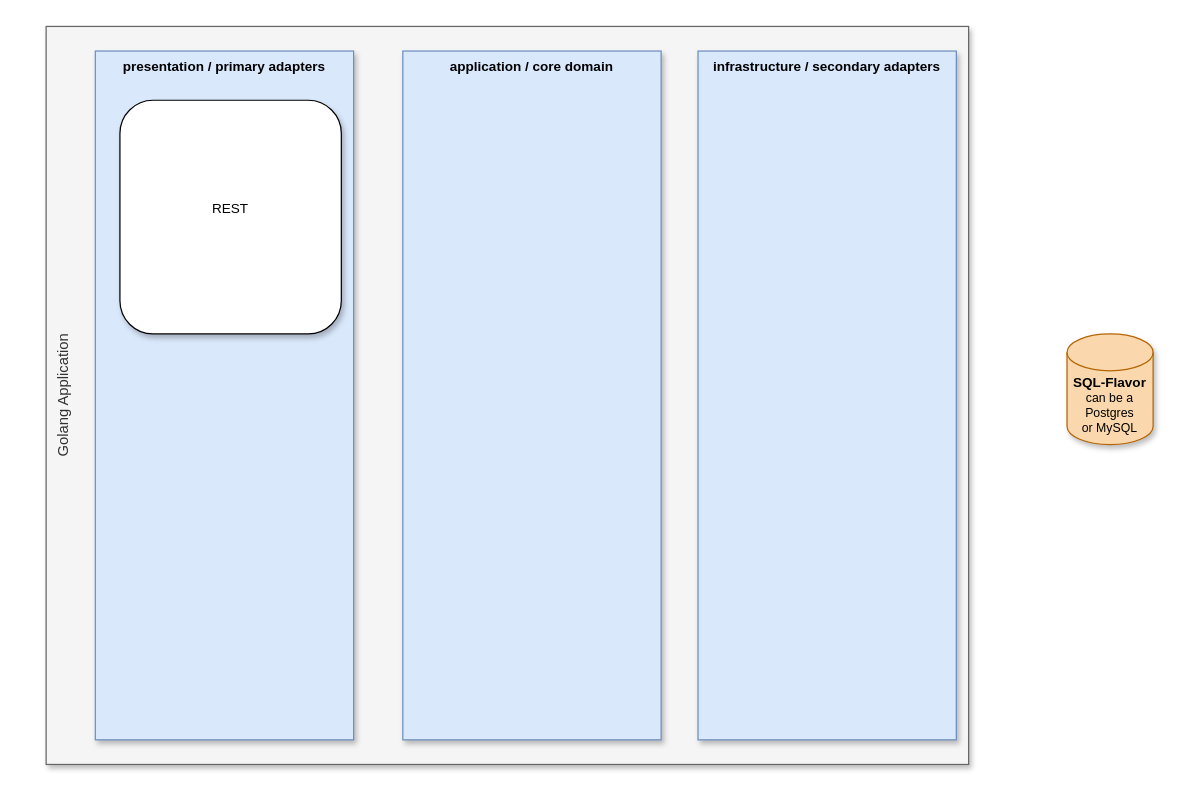
The draw.io diagram docs/service-diagram.drawio in rodrigogrohl/feiralivre-service, before the edit. Source tidied: cells renumbered, new cells numbered last; positions are measured from the earlier drawing's top-left corner, leaving out a move shared by most shapes. Both pictures are drawn from the tidied source at 123%, with x=0, y=0 at pixel (46, 26).
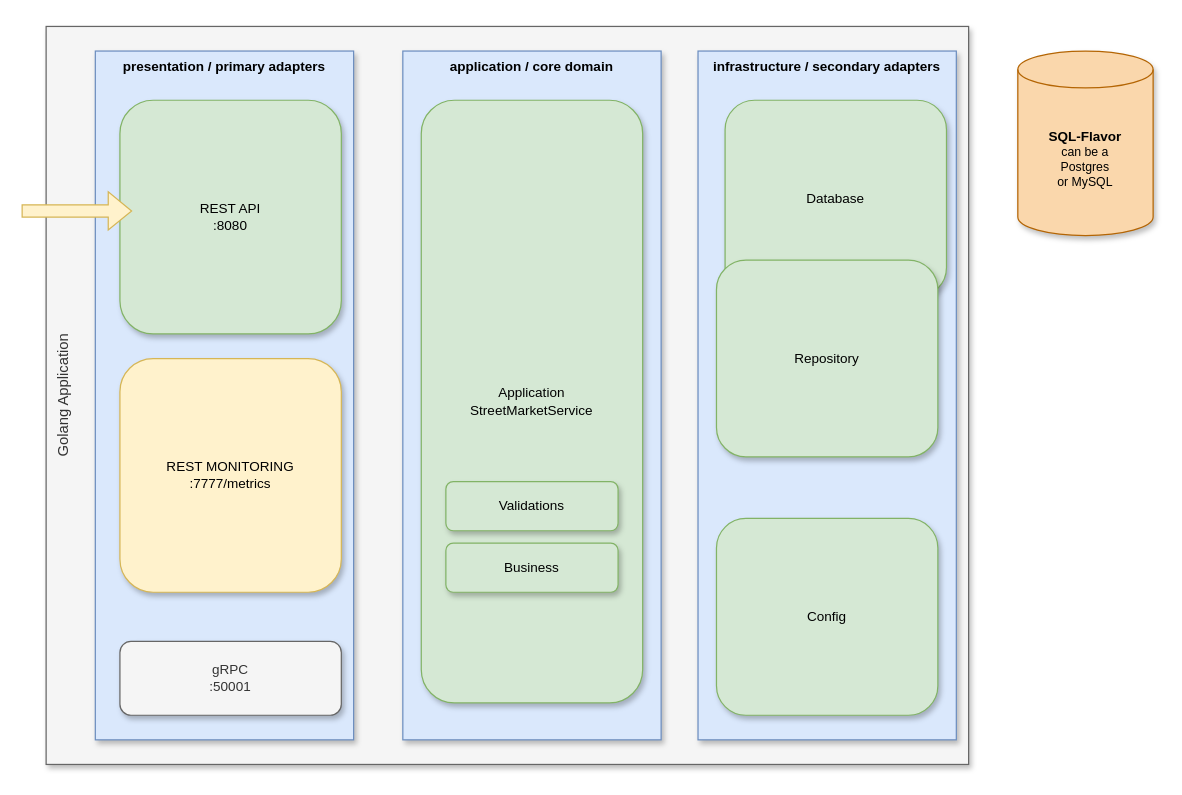
Above is the later version.

What changed in the source:
```diff
@@
 <mxGraphModel>
   <root>
     <mxCell id="0" />
     <mxCell id="1" parent="0" />
     <mxCell id="2" value="Golang Application" style="rounded=0;whiteSpace=wrap;html=1;horizontal=0;align=center;verticalAlign=top;fontFamily=Helvetica;shadow=1;fillColor=#f5f5f5;strokeColor=#666666;fontColor=#333333;" parent="1" vertex="1">
       <mxGeometry width="750" height="600" as="geometry" />
     </mxCell>
     <mxCell id="3" value="&lt;b&gt;&lt;font style=&quot;font-size: 11px;&quot;&gt;SQL-Flavor&lt;/font&gt;&lt;/b&gt;&lt;br&gt;can be a&lt;br&gt;Postgres&lt;br&gt;or MySQL" style="shape=cylinder3;whiteSpace=wrap;html=1;boundedLbl=1;backgroundOutline=1;size=15;fontFamily=Helvetica;shadow=1;fillColor=#fad7ac;strokeColor=#b46504;fontSize=10;" parent="1" vertex="1">
-      <mxGeometry x="830" y="250" width="70" height="90" as="geometry" />
+      <mxGeometry x="790" y="20" width="110" height="150" as="geometry" />
     </mxCell>
     <mxCell id="4" value="presentation / primary adapters" style="rounded=0;whiteSpace=wrap;html=1;shadow=1;fontFamily=Helvetica;glass=0;verticalAlign=top;fillColor=#dae8fc;strokeColor=#6c8ebf;fontStyle=1;fontSize=11;" parent="1" vertex="1">
       <mxGeometry x="40" y="20" width="210" height="560" as="geometry" />
     </mxCell>
     <mxCell id="5" value="application / core domain" style="rounded=0;whiteSpace=wrap;html=1;shadow=1;fontFamily=Helvetica;glass=0;verticalAlign=top;fillColor=#dae8fc;strokeColor=#6c8ebf;fontStyle=1;fontSize=11;" parent="1" vertex="1">
       <mxGeometry x="290" y="20" width="210" height="560" as="geometry" />
     </mxCell>
     <mxCell id="6" value="infrastructure / secondary adapters" style="rounded=0;whiteSpace=wrap;html=1;shadow=1;fontFamily=Helvetica;glass=0;verticalAlign=top;fillColor=#dae8fc;strokeColor=#6c8ebf;fontStyle=1;fontSize=11;" parent="1" vertex="1">
       <mxGeometry x="530" y="20" width="210" height="560" as="geometry" />
     </mxCell>
-    <mxCell id="7" value="REST&lt;br&gt;&lt;br&gt;" style="rounded=1;whiteSpace=wrap;html=1;shadow=1;glass=0;fontFamily=Helvetica;fontSize=11;" parent="1" vertex="1">
+    <mxCell id="7" value="REST API&lt;br&gt;:8080" style="rounded=1;whiteSpace=wrap;html=1;shadow=1;glass=0;fontFamily=Helvetica;fontSize=11;fillColor=#d5e8d4;strokeColor=#82b366;" parent="1" vertex="1">
       <mxGeometry x="60" y="60" width="180" height="190" as="geometry" />
     </mxCell>
+    <mxCell id="8" value="REST MONITORING&lt;br&gt;:7777/metrics" style="rounded=1;whiteSpace=wrap;html=1;shadow=1;glass=0;fontFamily=Helvetica;fontSize=11;fillColor=#fff2cc;strokeColor=#d6b656;" parent="1" vertex="1">
+      <mxGeometry x="60" y="270" width="180" height="190" as="geometry" />
+    </mxCell>
+    <mxCell id="9" style="shape=flexArrow;endArrow=classic;html=1;rounded=0;fillColor=#fff2cc;strokeColor=#d6b656;" parent="1" edge="1">
+      <mxGeometry relative="1" as="geometry">
+        <mxPoint x="-20" y="150" as="sourcePoint" />
+        <mxPoint x="70" y="150" as="targetPoint" />
+      </mxGeometry>
+    </mxCell>
+    <mxCell id="10" value="Application&lt;br&gt;StreetMarketService" style="rounded=1;whiteSpace=wrap;html=1;shadow=1;glass=0;fontFamily=Helvetica;fontSize=11;fillColor=#d5e8d4;strokeColor=#82b366;" parent="1" vertex="1">
+      <mxGeometry x="305" y="60" width="180" height="490" as="geometry" />
+    </mxCell>
+    <mxCell id="11" value="Database" style="rounded=1;whiteSpace=wrap;html=1;shadow=1;glass=0;fontFamily=Helvetica;fontSize=11;fillColor=#d5e8d4;strokeColor=#82b366;" parent="1" vertex="1">
+      <mxGeometry x="552" y="60" width="180" height="160" as="geometry" />
+    </mxCell>
+    <mxCell id="12" value="gRPC&lt;br&gt;:50001" style="rounded=1;whiteSpace=wrap;html=1;shadow=1;glass=0;fontFamily=Helvetica;fontSize=11;fillColor=#f5f5f5;strokeColor=#666666;fontColor=#333333;" parent="1" vertex="1">
+      <mxGeometry x="60" y="500" width="180" height="60" as="geometry" />
+    </mxCell>
+    <mxCell id="13" value="Repository" style="rounded=1;whiteSpace=wrap;html=1;shadow=1;glass=0;fontFamily=Helvetica;fontSize=11;fillColor=#d5e8d4;strokeColor=#82b366;" parent="1" vertex="1">
+      <mxGeometry x="545" y="190" width="180" height="160" as="geometry" />
+    </mxCell>
+    <mxCell id="14" value="Config" style="rounded=1;whiteSpace=wrap;html=1;shadow=1;glass=0;fontFamily=Helvetica;fontSize=11;fillColor=#d5e8d4;strokeColor=#82b366;" parent="1" vertex="1">
+      <mxGeometry x="545" y="400" width="180" height="160" as="geometry" />
+    </mxCell>
+    <mxCell id="15" value="Validations" style="rounded=1;whiteSpace=wrap;html=1;shadow=1;glass=0;fontFamily=Helvetica;fontSize=11;fillColor=#d5e8d4;strokeColor=#82b366;" parent="1" vertex="1">
+      <mxGeometry x="325" y="370" width="140" height="40" as="geometry" />
+    </mxCell>
+    <mxCell id="16" value="Business" style="rounded=1;whiteSpace=wrap;html=1;shadow=1;glass=0;fontFamily=Helvetica;fontSize=11;fillColor=#d5e8d4;strokeColor=#82b366;" parent="1" vertex="1">
+      <mxGeometry x="325" y="420" width="140" height="40" as="geometry" />
+    </mxCell>
   </root>
 </mxGraphModel>
```
